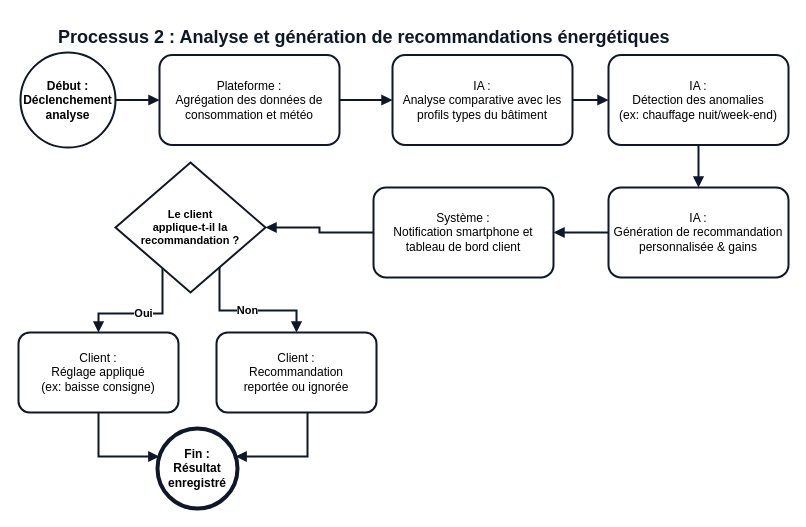
Above: page "2. Recommandations IA" (2 of 4) of Matière/Matiere Architecture SI/TP/Cours 2 TP Achitecture Métier/PROCESSUS_BPMN_GREENBREIZH.drawio in spirit0621/Master-1-SI (draw.io), before the change. Source tidied: cells renumbered, new cells numbered last; positions are measured from the earlier drawing's top-left corner, leaving out a move shared by most shapes. Both pictures are drawn from the tidied source at 100%, with x=0, y=0 at pixel (18, 17).
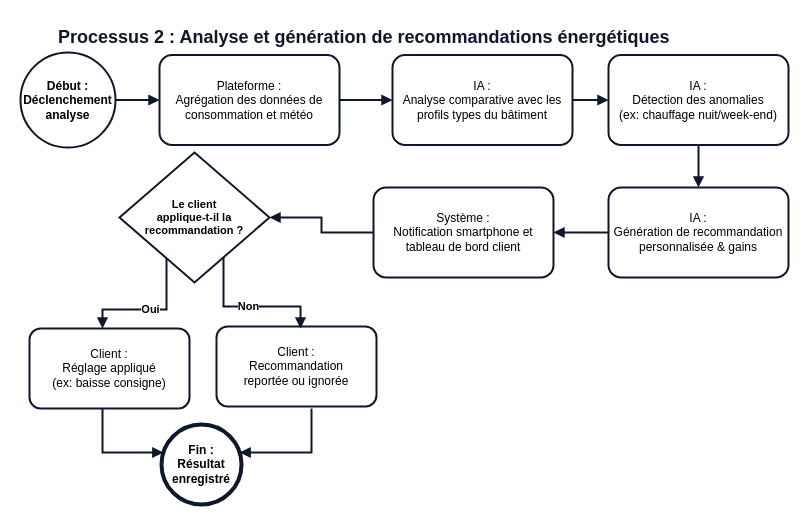
After the change.

The edit, as a diff of the source:
```diff
@@
     <mxCell id="9" value="Le client&lt;br&gt;applique-t-il la&lt;br&gt;recommandation ?" style="rhombus;whiteSpace=wrap;html=1;fillColor=#ffffff;strokeColor=#0f172a;strokeWidth=2;fontColor=#000000;fontStyle=1;fontSize=11;" parent="1" vertex="1">
-      <mxGeometry x="97" y="145" width="150" height="130" as="geometry" />
+      <mxGeometry x="101" y="135" width="150" height="130" as="geometry" />
     </mxCell>
     <mxCell id="10" value="Client :&lt;br&gt;Réglage appliqué&lt;br&gt;(ex: baisse consigne)" style="rounded=1;whiteSpace=wrap;html=1;fillColor=#ffffff;strokeColor=#0f172a;strokeWidth=2;fontColor=#000000;arcSize=14;fontSize=12;" parent="1" vertex="1">
-      <mxGeometry y="315" width="160" height="80" as="geometry" />
+      <mxGeometry x="11" y="311" width="160" height="80" as="geometry" />
     </mxCell>
     <mxCell id="11" value="Client :&lt;br&gt;Recommandation&lt;br&gt;reportée ou ignorée" style="rounded=1;whiteSpace=wrap;html=1;fillColor=#ffffff;strokeColor=#0f172a;strokeWidth=2;fontColor=#000000;arcSize=14;fontSize=12;" parent="1" vertex="1">
-      <mxGeometry x="198" y="315" width="160" height="80" as="geometry" />
+      <mxGeometry x="198" y="309" width="160" height="80" as="geometry" />
     </mxCell>
     <mxCell id="12" value="Fin :&lt;br&gt;Résultat&lt;br&gt;enregistré" style="ellipse;whiteSpace=wrap;html=1;fillColor=#ffffff;strokeColor=#0f172a;strokeWidth=4;fontColor=#000000;fontStyle=1;fontSize=12;" parent="1" vertex="1">
-      <mxGeometry x="139" y="411" width="80" height="80" as="geometry" />
+      <mxGeometry x="143" y="407" width="80" height="80" as="geometry" />
     </mxCell>
@@
-    <mxCell id="19" value="Oui" style="edgeStyle=orthogonalEdgeStyle;rounded=0;jettySize=auto;html=1;strokeColor=#0f172a;strokeWidth=2;fontColor=#000000;fontStyle=1;endArrow=block;endFill=1;" parent="1" edge="1" source="9" target="10">
+    <mxCell id="19" value="Oui" style="edgeStyle=orthogonalEdgeStyle;rounded=0;jettySize=auto;html=1;strokeColor=#0f172a;strokeWidth=2;fontColor=#000000;fontStyle=1;endArrow=block;endFill=1;" parent="1" edge="1" source="9">
       <mxGeometry relative="1" as="geometry">
+        <mxPoint x="84" y="311" as="targetPoint" />
         <Array as="points">
-          <mxPoint x="144" y="296" />
-          <mxPoint x="80" y="296" />
+          <mxPoint x="148" y="292" />
+          <mxPoint x="84" y="292" />
         </Array>
       </mxGeometry>
     </mxCell>
-    <mxCell id="20" value="Non" style="edgeStyle=orthogonalEdgeStyle;rounded=0;jettySize=auto;html=1;strokeColor=#0f172a;strokeWidth=2;fontColor=#000000;fontStyle=1;endArrow=block;endFill=1;" parent="1" edge="1" source="9" target="11">
+    <mxCell id="20" value="Non" style="edgeStyle=orthogonalEdgeStyle;rounded=0;jettySize=auto;html=1;strokeColor=#0f172a;strokeWidth=2;fontColor=#000000;fontStyle=1;endArrow=block;endFill=1;" parent="1" edge="1" source="9">
       <mxGeometry relative="1" as="geometry">
+        <mxPoint x="282" y="311" as="targetPoint" />
         <Array as="points">
-          <mxPoint x="201" y="293" />
-          <mxPoint x="278" y="293" />
+          <mxPoint x="205" y="289" />
+          <mxPoint x="282" y="289" />
         </Array>
       </mxGeometry>
     </mxCell>
-    <mxCell id="21" style="edgeStyle=orthogonalEdgeStyle;rounded=0;jettySize=auto;html=1;strokeColor=#0f172a;strokeWidth=2;endArrow=block;endFill=1;" parent="1" edge="1" source="10" target="12">
+    <mxCell id="21" style="edgeStyle=orthogonalEdgeStyle;rounded=0;jettySize=auto;html=1;strokeColor=#0f172a;strokeWidth=2;endArrow=block;endFill=1;" parent="1" edge="1" target="12">
       <mxGeometry relative="1" as="geometry">
+        <mxPoint x="84" y="391" as="sourcePoint" />
         <Array as="points">
-          <mxPoint x="80" y="439" />
+          <mxPoint x="84" y="435" />
         </Array>
       </mxGeometry>
     </mxCell>
-    <mxCell id="22" style="edgeStyle=orthogonalEdgeStyle;rounded=0;jettySize=auto;html=1;strokeColor=#0f172a;strokeWidth=2;endArrow=block;endFill=1;" parent="1" edge="1" source="11" target="12">
+    <mxCell id="22" style="edgeStyle=orthogonalEdgeStyle;rounded=0;jettySize=auto;html=1;strokeColor=#0f172a;strokeWidth=2;endArrow=block;endFill=1;" parent="1" edge="1" target="12">
       <mxGeometry relative="1" as="geometry">
+        <mxPoint x="293" y="391" as="sourcePoint" />
         <Array as="points">
-          <mxPoint x="289" y="439" />
+          <mxPoint x="293" y="435" />
         </Array>
       </mxGeometry>
     </mxCell>
```
